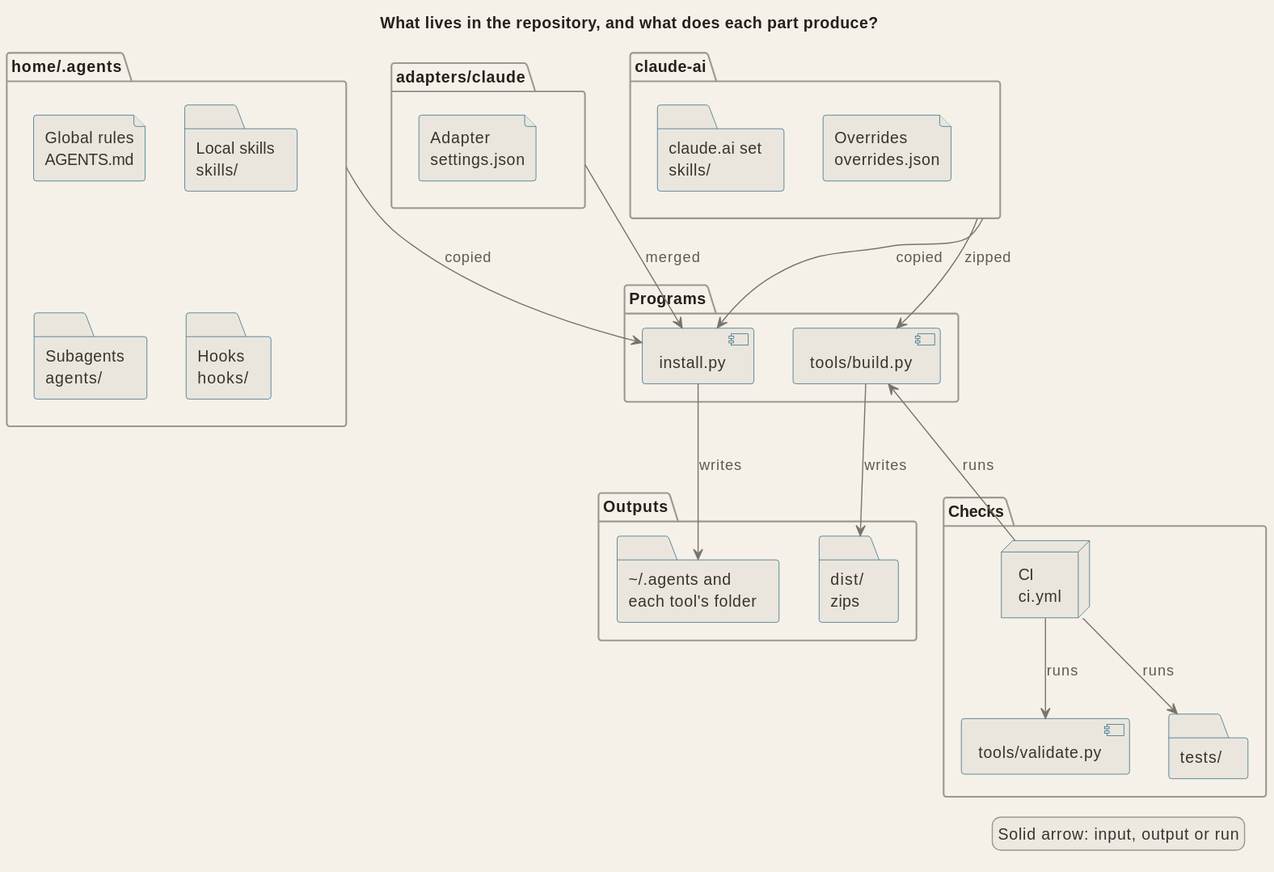
The PlantUML diagram docs/diagrams/arch_parts.svg in signorenne/dotagents, before a commit.
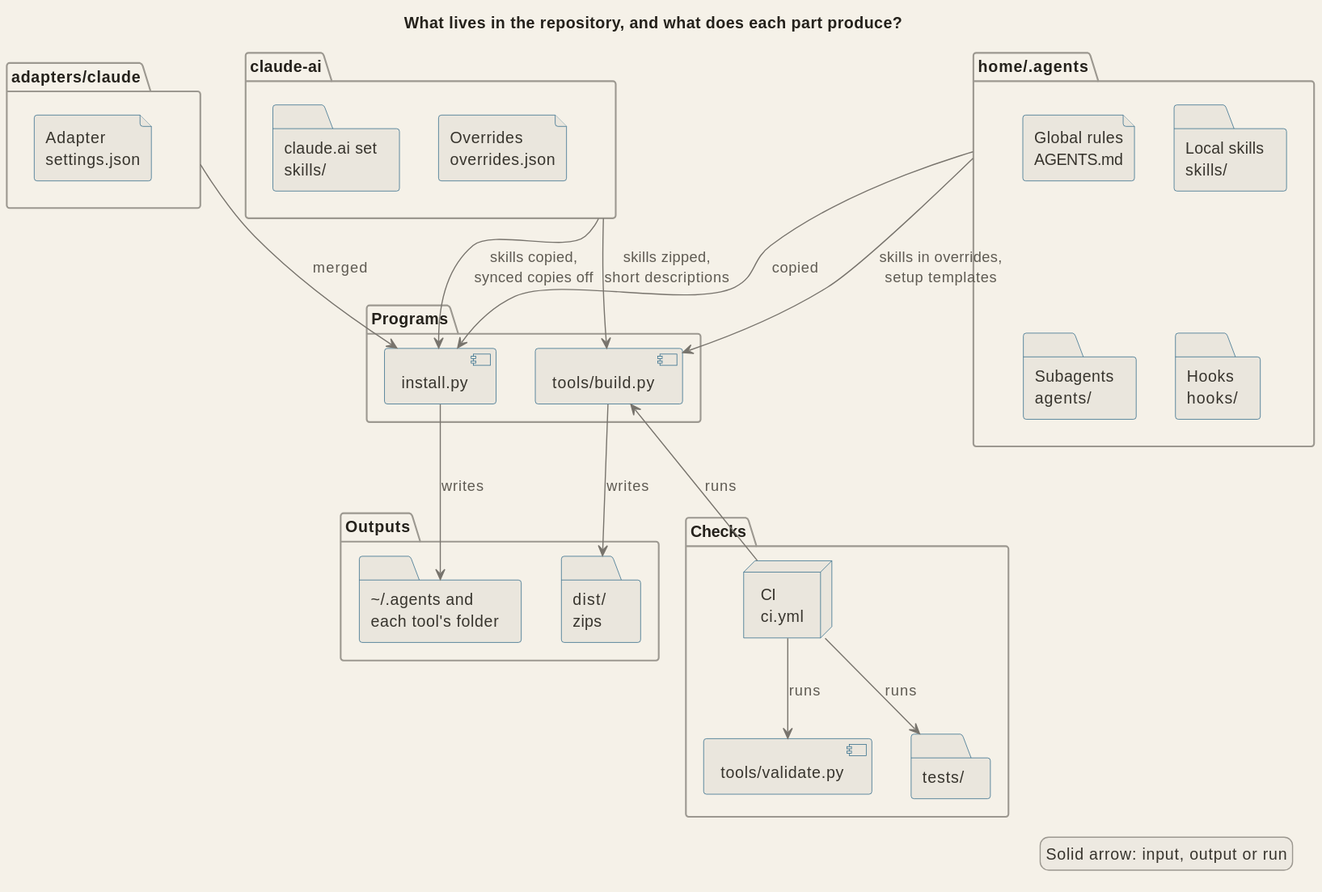
The same diagram one commit later.

The edit, as a diff of the source:
```diff
@@ -1,6 +1,10 @@
 @startuml
 !include palette.iuml
 title What lives in the repository, and what does each part produce?
+
+package "adapters/claude" as adapters {
+  file "Adapter\nsettings.json" as fragment
+}
 
 package "home/.agents" as home {
   file "Global rules\nAGENTS.md" as rules
@@ -8,10 +12,6 @@
   folder "Subagents\nagents/" as agents
   folder "Hooks\nhooks/" as hooks
 }
-package "adapters/claude" as adapters {
-  file "Adapter\nsettings.json" as fragment
-}
-
 package "claude-ai" as online {
   folder "claude.ai set\nskills/" as webskills
   file "Overrides\noverrides.json" as overrides
@@ -33,9 +33,11 @@
 }
 
 home --> install : copied
+home --> build : skills in overrides,\nsetup templates
 adapters --> install : merged
-online --> install : copied
-online --> build : zipped
+online --> install : skills copied,\nsynced copies off
+online --> build : skills zipped,\nshort descriptions
+install -[hidden]right- build
 install --> installed : writes
 build --> dist : writes
 
```
